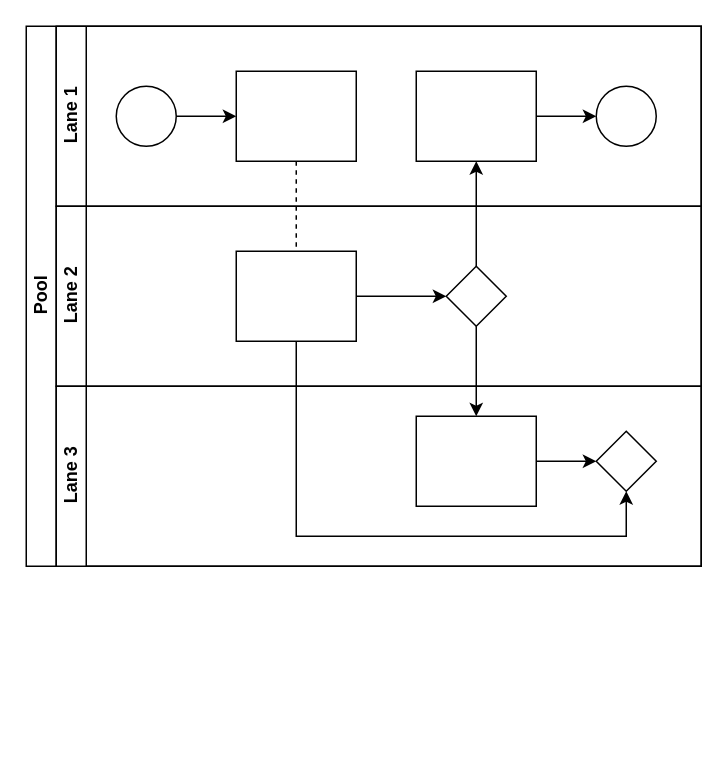
Tmquang002/TestBa keeps this draw.io diagram as Untitled Diagram.drawio. Above is the earlier version. Source tidied: cells renumbered, new cells numbered last; positions are measured from the earlier drawing's top-left corner, leaving out a move shared by most shapes. Both pictures are drawn from the tidied source at 150%, with x=0, y=0 at pixel (26, 26).
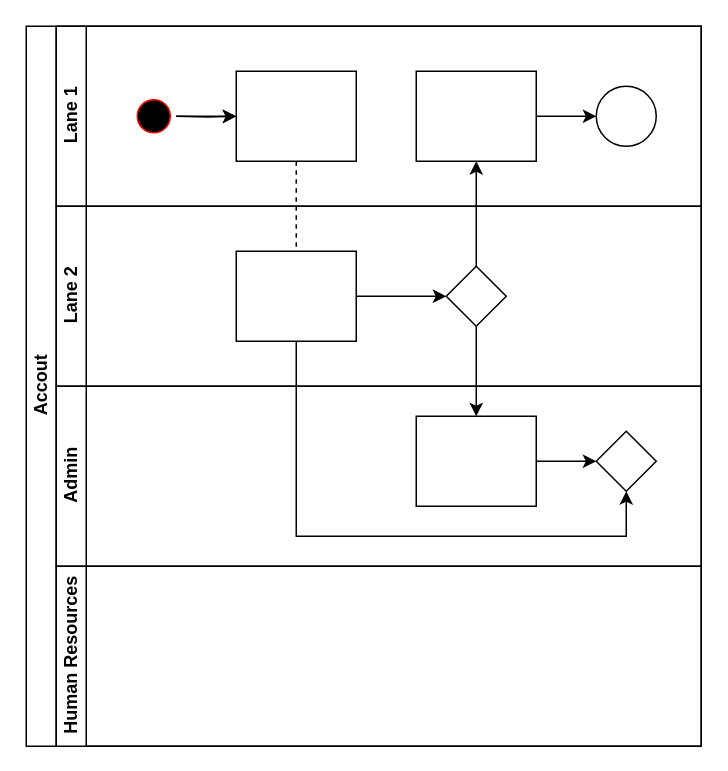
The same page after the edit.

The change refers to these unchanged cells:
```xml
<mxCell id="7" value="Lane 1" style="swimlane;html=1;startSize=20;horizontal=0;" parent="2" vertex="1">
  <mxGeometry x="20" width="430" height="120" as="geometry" />
</mxCell>
<mxCell id="10" style="rounded=0;whiteSpace=wrap;html=1;fontFamily=Helvetica;fontSize=12;fontColor=#000000;align=center;" parent="7" vertex="1">
  <mxGeometry x="120" y="30" width="80" height="60" as="geometry" />
</mxCell>
```

What changed in the source:
```diff
@@
-    <mxCell id="2" value="Pool" style="swimlane;html=1;horizontal=0;startSize=20;" parent="1" vertex="1">
-      <mxGeometry width="450" height="360" as="geometry" />
+    <mxCell id="2" value="Accout" style="swimlane;html=1;horizontal=0;startSize=20;" parent="1" vertex="1">
+      <mxGeometry width="450" height="480" as="geometry" />
     </mxCell>
@@
-    <mxCell id="8" style="edgeStyle=orthogonalEdgeStyle;rounded=0;jettySize=auto;html=1;" parent="7" edge="1" source="9" target="10">
-      <mxGeometry relative="1" as="geometry" />
+    <mxCell id="8" style="edgeStyle=orthogonalEdgeStyle;rounded=0;jettySize=auto;html=1;" parent="7" edge="1" target="10">
+      <mxGeometry relative="1" as="geometry">
+        <mxPoint x="80" y="60" as="sourcePoint" />
+      </mxGeometry>
     </mxCell>
-    <mxCell id="9" style="ellipse;whiteSpace=wrap;html=1;" parent="7" vertex="1">
-      <mxGeometry x="40" y="40" width="40" height="40" as="geometry" />
-    </mxCell>
@@
+    <mxCell id="22" style="edgeStyle=orthogonalEdgeStyle;rounded=0;jettySize=auto;html=1;" parent="7" edge="1" source="23" target="10">
+      <mxGeometry relative="1" as="geometry" />
+    </mxCell>
+    <mxCell id="23" style="ellipse;html=1;shape=startState;fillColor=#000000;strokeColor=#ff0000;" parent="7" vertex="1">
+      <mxGeometry x="50" y="45" width="30" height="30" as="geometry" />
+    </mxCell>
@@
-    <mxCell id="18" value="Lane 3" style="swimlane;html=1;startSize=20;horizontal=0;" parent="2" vertex="1">
+    <mxCell id="18" value="Admin" style="swimlane;html=1;startSize=20;horizontal=0;" parent="2" vertex="1">
       <mxGeometry x="20" y="240" width="430" height="120" as="geometry" />
     </mxCell>
@@
+    <mxCell id="24" value="&lt;span style=&quot;font-style: normal;&quot;&gt;Human Resources&lt;/span&gt;" style="swimlane;html=1;startSize=20;horizontal=0;fontStyle=3;" parent="2" vertex="1">
+      <mxGeometry x="20" y="360" width="430" height="120" as="geometry" />
+    </mxCell>
```
